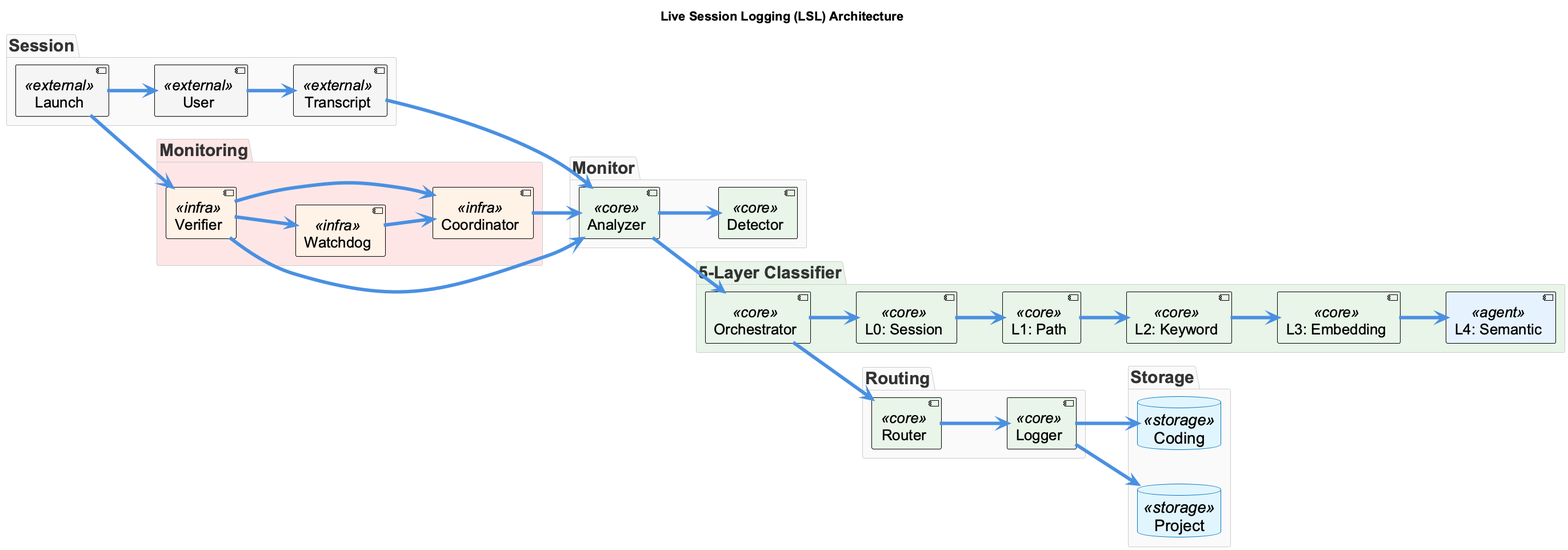
The PlantUML diagram docs/presentation/images/lsl-architecture.png in fwornle/coding, before a commit. Its diagram source:
```plantuml
@startuml lsl-architecture
!include _standard-style.puml

title Live Session Logging (LSL) Architecture

left to right direction

skinparam defaultFontSize 28
skinparam packageFontSize 30
skinparam componentFontSize 26
skinparam arrowThickness 6
skinparam nodesep 60
skinparam ranksep 80

package "Session" {
  [Launch] as Launch <<external>>
  [User] as User <<external>>
  [Transcript] as Transcript <<external>>
}

package "Monitoring" #FFE6E6 {
  [Watchdog] as Watchdog <<infra>>
  [Coordinator] as GSC <<infra>>
  [Verifier] as Verifier <<infra>>
}

package "Monitor" {
  [Analyzer] as Analyzer <<core>>
  [Detector] as Detector <<core>>
}

package "5-Layer Classifier" #E8F5E8 {
  [L0: Session] as L0 <<core>>
  [L1: Path] as L1 <<core>>
  [L2: Keyword] as L2 <<core>>
  [L3: Embedding] as L3 <<core>>
  [L4: Semantic] as L4 <<agent>>
  [Orchestrator] as Orchestrator <<core>>
}

package "Routing" {
  [Router] as Router <<core>>
  [Logger] as Logger <<core>>
}

package "Storage" {
  database "Project" as ProjectHistory <<storage>>
  database "Coding" as CodingHistory <<storage>>
}

Launch --> Verifier
Verifier --> Watchdog
Verifier --> GSC
Verifier --> Analyzer

Launch --> User
User --> Transcript
Transcript --> Analyzer

Analyzer --> Detector
Analyzer --> Orchestrator

Orchestrator --> L0
L0 --> L1
L1 --> L2
L2 --> L3
L3 --> L4

Orchestrator --> Router
Router --> Logger

Logger --> ProjectHistory
Logger --> CodingHistory

Watchdog --> GSC
GSC --> Analyzer

@enduml
```
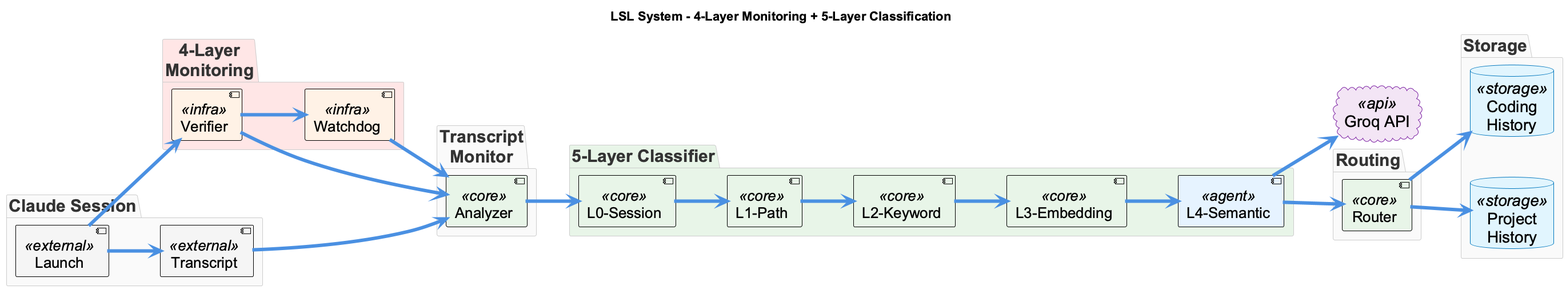
The same diagram one commit later.

Change to the diagram source:
```diff
@@ -1,7 +1,7 @@
 @startuml lsl-architecture
 !include _standard-style.puml
 
-title Live Session Logging (LSL) Architecture
+title LSL System - 4-Layer Monitoring + 5-Layer Classification
 
 left to right direction
 
@@ -9,70 +9,61 @@
 skinparam packageFontSize 30
 skinparam componentFontSize 26
 skinparam arrowThickness 6
-skinparam nodesep 60
-skinparam ranksep 80
+skinparam nodesep 70
+skinparam ranksep 90
 
-package "Session" {
+package "Claude Session" {
   [Launch] as Launch <<external>>
-  [User] as User <<external>>
   [Transcript] as Transcript <<external>>
 }
 
-package "Monitoring" #FFE6E6 {
+package "4-Layer\nMonitoring" #FFE6E6 {
   [Watchdog] as Watchdog <<infra>>
-  [Coordinator] as GSC <<infra>>
   [Verifier] as Verifier <<infra>>
 }
 
-package "Monitor" {
+package "Transcript\nMonitor" {
   [Analyzer] as Analyzer <<core>>
-  [Detector] as Detector <<core>>
 }
 
 package "5-Layer Classifier" #E8F5E8 {
-  [L0: Session] as L0 <<core>>
-  [L1: Path] as L1 <<core>>
-  [L2: Keyword] as L2 <<core>>
-  [L3: Embedding] as L3 <<core>>
-  [L4: Semantic] as L4 <<agent>>
-  [Orchestrator] as Orchestrator <<core>>
+  [L0-Session] as L0 <<core>>
+  [L1-Path] as L1 <<core>>
+  [L2-Keyword] as L2 <<core>>
+  [L3-Embedding] as L3 <<core>>
+  [L4-Semantic] as L4 <<agent>>
 }
 
 package "Routing" {
   [Router] as Router <<core>>
-  [Logger] as Logger <<core>>
 }
 
 package "Storage" {
-  database "Project" as ProjectHistory <<storage>>
-  database "Coding" as CodingHistory <<storage>>
+  database "Project\nHistory" as ProjectHistory <<storage>>
+  database "Coding\nHistory" as CodingHistory <<storage>>
 }
+
+cloud "Groq API" as GroqAPI <<api>>
 
 Launch --> Verifier
 Verifier --> Watchdog
-Verifier --> GSC
 Verifier --> Analyzer
 
-Launch --> User
-User --> Transcript
+Launch --> Transcript
 Transcript --> Analyzer
 
-Analyzer --> Detector
-Analyzer --> Orchestrator
-
-Orchestrator --> L0
+Analyzer --> L0
 L0 --> L1
 L1 --> L2
 L2 --> L3
 L3 --> L4
 
-Orchestrator --> Router
-Router --> Logger
+L4 --> GroqAPI
 
-Logger --> ProjectHistory
-Logger --> CodingHistory
+L4 --> Router
+Router --> ProjectHistory
+Router --> CodingHistory
 
-Watchdog --> GSC
-GSC --> Analyzer
+Watchdog --> Analyzer
 
 @enduml
```
